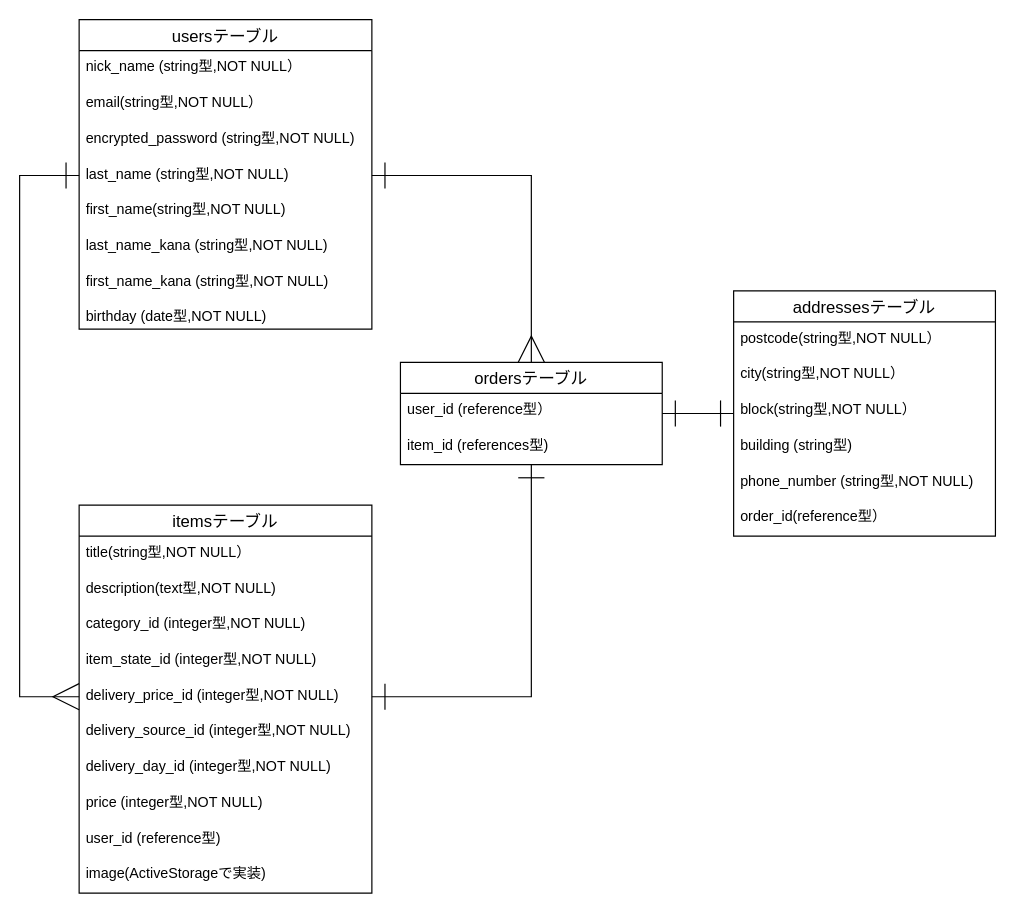
kanix2020/furima-34021 keeps this draw.io diagram as frima.dio. Above is the earlier version. Source tidied: cells renumbered, new cells numbered last; positions are measured from the earlier drawing's top-left corner, leaving out a move shared by most shapes. Both pictures are drawn from the tidied source at 119%, with x=0, y=0 at pixel (19, 19).
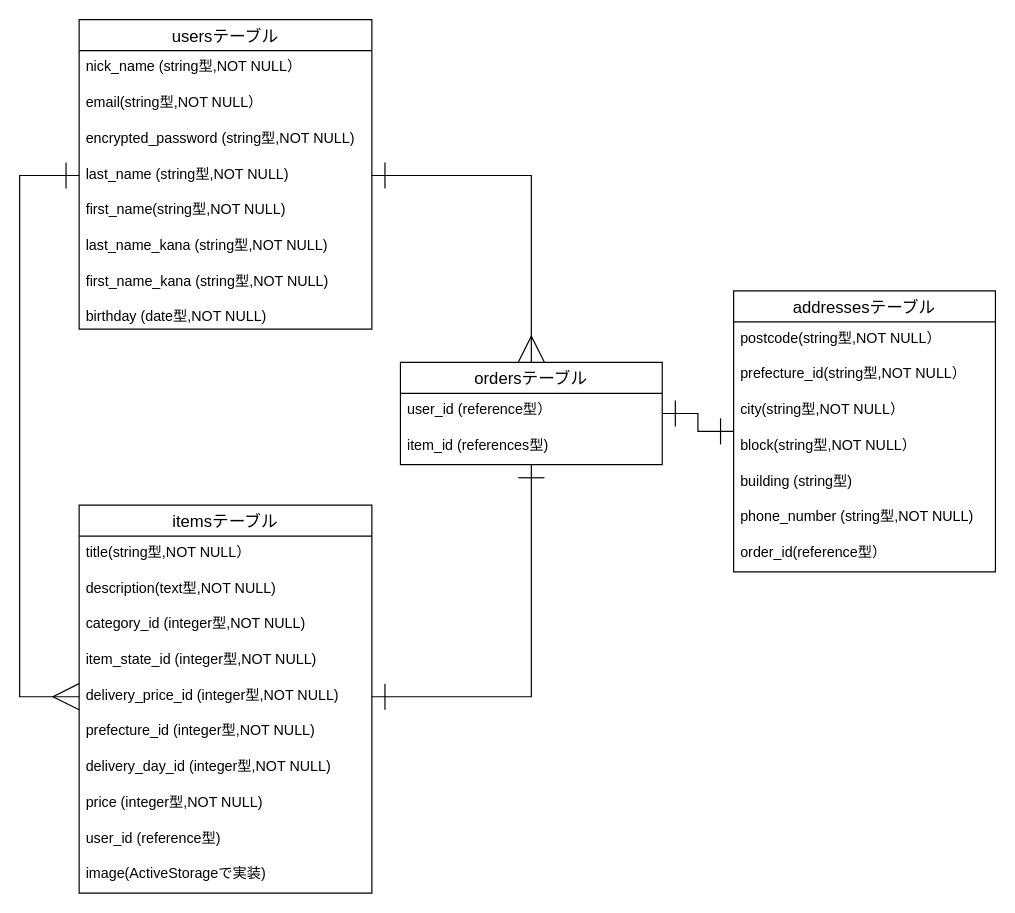
Above is the later version.

Commit message (it also covers changes not shown here):
ER図・READMEの修正７

The change refers to these unchanged cells:
```xml
<mxCell id="12" value="itemsテーブル" style="swimlane;fontStyle=0;horizontal=1;startSize=26;align=center;fontSize=14;" parent="1" vertex="1">
  <mxGeometry x="50" y="408" width="246" height="326" as="geometry" />
</mxCell>
```

Diff of the diagram source:
```diff
@@
-    <mxCell id="18" value="delivery_source_id (integer型,NOT NULL)" style="text;strokeColor=none;fillColor=none;spacingLeft=4;spacingRight=4;overflow=hidden;fontSize=12;" parent="12" vertex="1">
+    <mxCell id="18" value="prefecture_id (integer型,NOT NULL)" style="text;strokeColor=none;fillColor=none;spacingLeft=4;spacingRight=4;overflow=hidden;fontSize=12;" parent="12" vertex="1">
       <mxGeometry y="176" width="246" height="30" as="geometry" />
     </mxCell>
@@
     <mxCell id="24" value="addressesテーブル" style="swimlane;fontStyle=0;horizontal=1;startSize=26;align=center;fontSize=14;" parent="1" vertex="1">
-      <mxGeometry x="600" y="228" width="220" height="206" as="geometry" />
+      <mxGeometry x="600" y="228" width="220" height="236" as="geometry" />
     </mxCell>
@@
+    <mxCell id="36" value="prefecture_id(string型,NOT NULL）&#10;" style="text;strokeColor=none;fillColor=none;spacingLeft=4;spacingRight=4;overflow=hidden;fontSize=12;" parent="24" vertex="1">
+      <mxGeometry y="56" width="220" height="30" as="geometry" />
+    </mxCell>
     <mxCell id="26" value="city(string型,NOT NULL）" style="text;strokeColor=none;fillColor=none;spacingLeft=4;spacingRight=4;overflow=hidden;fontSize=12;" parent="24" vertex="1">
-      <mxGeometry y="56" width="220" height="30" as="geometry" />
+      <mxGeometry y="86" width="220" height="30" as="geometry" />
     </mxCell>
     <mxCell id="27" value="block(string型,NOT NULL）" style="text;strokeColor=none;fillColor=none;spacingLeft=4;spacingRight=4;overflow=hidden;fontSize=12;" parent="24" vertex="1">
-      <mxGeometry y="86" width="220" height="30" as="geometry" />
+      <mxGeometry y="116" width="220" height="30" as="geometry" />
     </mxCell>
     <mxCell id="28" value="building (string型)" style="text;strokeColor=none;fillColor=none;spacingLeft=4;spacingRight=4;overflow=hidden;fontSize=12;" parent="24" vertex="1">
-      <mxGeometry y="116" width="220" height="30" as="geometry" />
+      <mxGeometry y="146" width="220" height="30" as="geometry" />
     </mxCell>
     <mxCell id="29" value="phone_number (string型,NOT NULL)" style="text;strokeColor=none;fillColor=none;spacingLeft=4;spacingRight=4;overflow=hidden;fontSize=12;" parent="24" vertex="1">
-      <mxGeometry y="146" width="220" height="30" as="geometry" />
+      <mxGeometry y="176" width="220" height="30" as="geometry" />
     </mxCell>
     <mxCell id="30" value="order_id(reference型）&#10;" style="text;strokeColor=none;fillColor=none;spacingLeft=4;spacingRight=4;overflow=hidden;fontSize=12;" parent="24" vertex="1">
-      <mxGeometry y="176" width="220" height="30" as="geometry" />
+      <mxGeometry y="206" width="220" height="30" as="geometry" />
     </mxCell>
```
